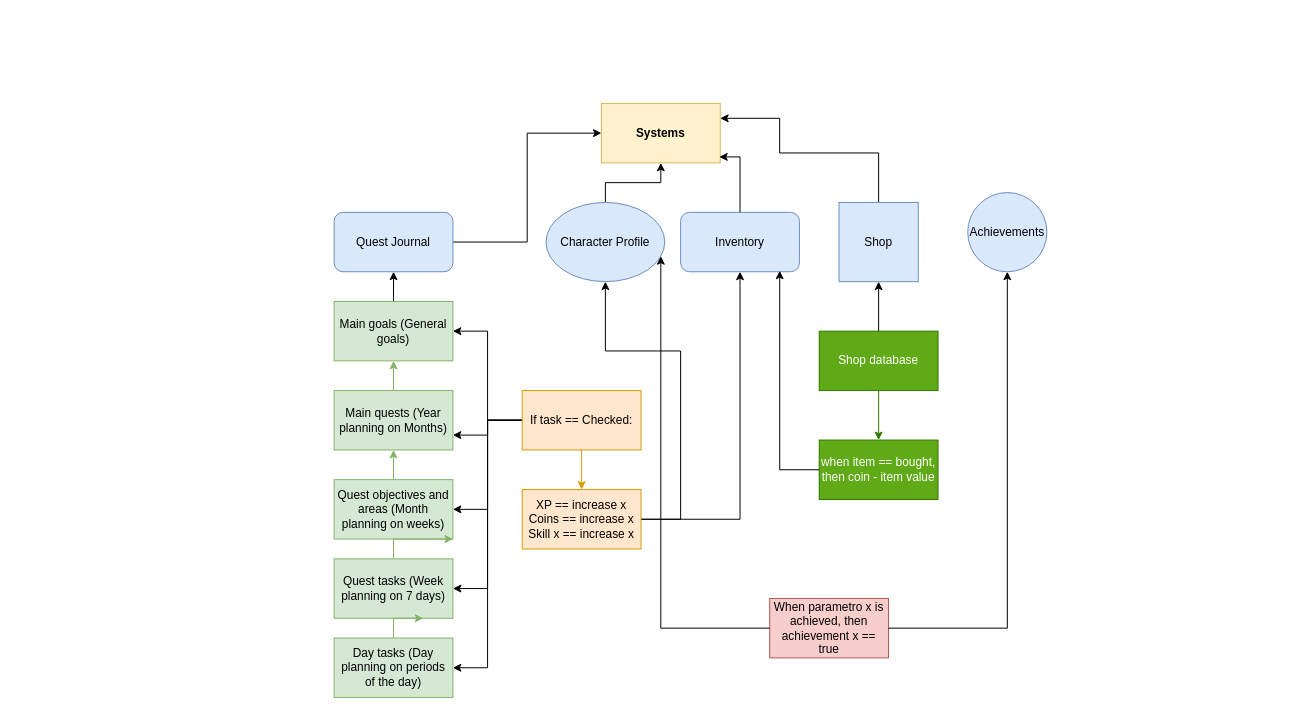
The draw.io diagram Diagrama sem nome.drawio in the4rcanist/the4rcanist, before the edit. Source tidied: cells renumbered, new cells numbered last; positions are measured from the earlier drawing's top-left corner, leaving out a move shared by most shapes. Both pictures are drawn from the tidied source at 99%, with x=0, y=0 at pixel (334, 103).
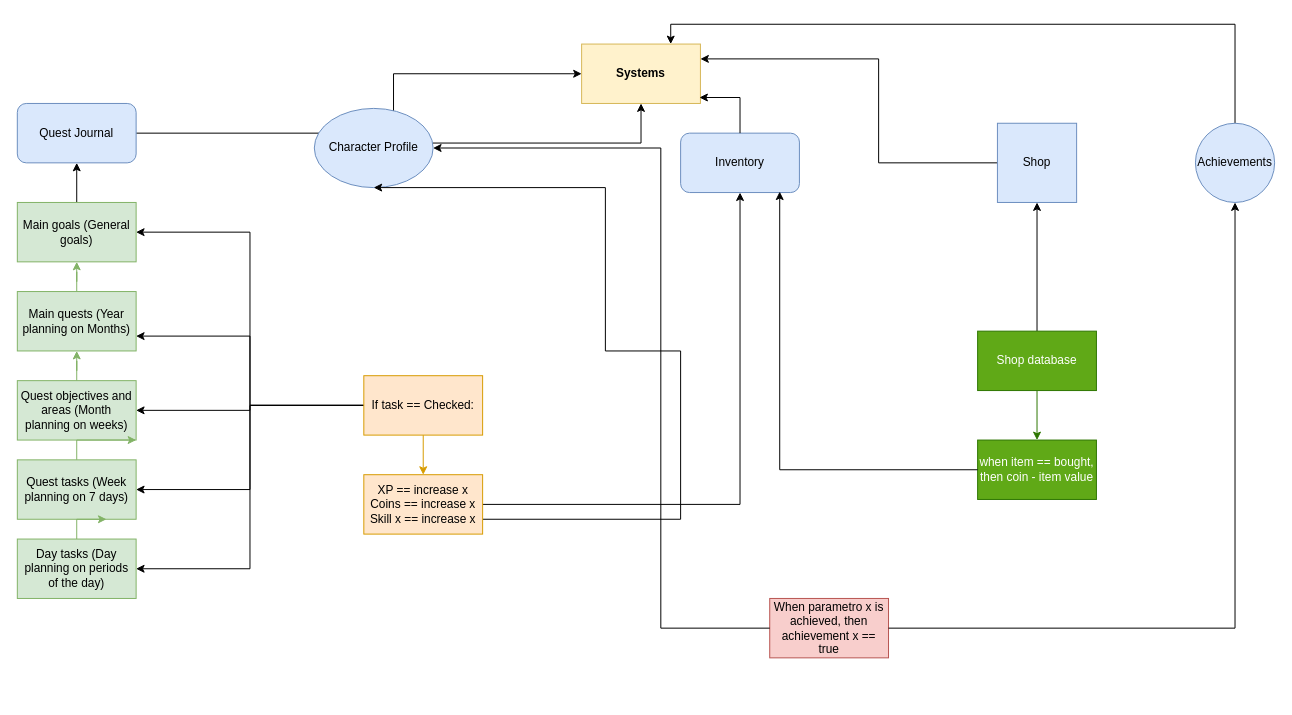
The same diagram, later.

Change to the diagram source:
```diff
@@
     <mxCell id="2" value="&lt;b&gt;Systems&lt;br&gt;&lt;/b&gt;" style="rounded=0;whiteSpace=wrap;html=1;fillColor=#fff2cc;strokeColor=#d6b656;" parent="1" vertex="1">
-      <mxGeometry x="270" width="120" height="60" as="geometry" />
+      <mxGeometry x="250" y="-60" width="120" height="60" as="geometry" />
     </mxCell>
     <mxCell id="3" style="edgeStyle=orthogonalEdgeStyle;rounded=0;jettySize=auto;html=1;entryX=0;entryY=0.5;entryDx=0;entryDy=0;" parent="1" edge="1" source="4" target="2">
-      <mxGeometry relative="1" as="geometry" />
+      <mxGeometry relative="1" as="geometry">
+        <Array as="points">
+          <mxPoint x="60" y="-30" />
+        </Array>
+      </mxGeometry>
     </mxCell>
     <mxCell id="4" value="Quest Journal" style="rounded=1;whiteSpace=wrap;html=1;fillColor=#dae8fc;strokeColor=#6c8ebf;" parent="1" vertex="1">
-      <mxGeometry y="110" width="120" height="60" as="geometry" />
+      <mxGeometry x="-320" width="120" height="60" as="geometry" />
     </mxCell>
     <mxCell id="5" style="edgeStyle=orthogonalEdgeStyle;rounded=0;jettySize=auto;html=1;" parent="1" edge="1" source="6" target="2">
-      <mxGeometry relative="1" as="geometry" />
+      <mxGeometry relative="1" as="geometry">
+        <Array as="points">
+          <mxPoint x="310" y="40" />
+        </Array>
+      </mxGeometry>
     </mxCell>
     <mxCell id="6" value="Character Profile" style="ellipse;whiteSpace=wrap;html=1;fillColor=#dae8fc;strokeColor=#6c8ebf;" parent="1" vertex="1">
-      <mxGeometry x="214" y="100" width="120" height="80" as="geometry" />
+      <mxGeometry x="-20" y="5" width="120" height="80" as="geometry" />
     </mxCell>
     <mxCell id="7" value="Inventory" style="rounded=1;whiteSpace=wrap;html=1;fillColor=#dae8fc;strokeColor=#6c8ebf;" parent="1" vertex="1">
-      <mxGeometry x="350" y="110" width="120" height="60" as="geometry" />
+      <mxGeometry x="350" y="30" width="120" height="60" as="geometry" />
     </mxCell>
     <mxCell id="8" style="edgeStyle=orthogonalEdgeStyle;rounded=0;jettySize=auto;html=1;entryX=1;entryY=0.25;entryDx=0;entryDy=0;" parent="1" edge="1" source="9" target="2">
       <mxGeometry relative="1" as="geometry">
         <Array as="points">
-          <mxPoint x="550" y="50" />
-          <mxPoint x="450" y="50" />
-          <mxPoint x="450" y="15" />
+          <mxPoint x="550" y="-45" />
         </Array>
       </mxGeometry>
     </mxCell>
     <mxCell id="9" value="Shop" style="whiteSpace=wrap;html=1;fillColor=#dae8fc;strokeColor=#6c8ebf;" parent="1" vertex="1">
-      <mxGeometry x="510" y="100" width="80" height="80" as="geometry" />
+      <mxGeometry x="670" y="20" width="80" height="80" as="geometry" />
     </mxCell>
@@
     <mxCell id="12" value="Main goals (General goals)" style="rounded=0;whiteSpace=wrap;html=1;fillColor=#d5e8d4;strokeColor=#82b366;" parent="1" vertex="1">
-      <mxGeometry y="200" width="120" height="60" as="geometry" />
+      <mxGeometry x="-320" y="100" width="120" height="60" as="geometry" />
     </mxCell>
@@
     <mxCell id="14" value="Main quests (Year planning on Months)" style="rounded=0;whiteSpace=wrap;html=1;fillColor=#d5e8d4;strokeColor=#82b366;" parent="1" vertex="1">
-      <mxGeometry y="290" width="120" height="60" as="geometry" />
+      <mxGeometry x="-320" y="190" width="120" height="60" as="geometry" />
     </mxCell>
@@
     <mxCell id="16" value="Quest objectives and areas (Month planning on weeks)" style="rounded=0;whiteSpace=wrap;html=1;fillColor=#d5e8d4;strokeColor=#82b366;" parent="1" vertex="1">
-      <mxGeometry y="380" width="120" height="60" as="geometry" />
+      <mxGeometry x="-320" y="280" width="120" height="60" as="geometry" />
     </mxCell>
@@
     <mxCell id="18" value="Quest tasks (Week planning on 7 days)" style="rounded=0;whiteSpace=wrap;html=1;fillColor=#d5e8d4;strokeColor=#82b366;" parent="1" vertex="1">
-      <mxGeometry y="460" width="120" height="60" as="geometry" />
+      <mxGeometry x="-320" y="360" width="120" height="60" as="geometry" />
     </mxCell>
@@
     <mxCell id="20" value="Day tasks (Day planning on periods of the day)" style="rounded=0;whiteSpace=wrap;html=1;fillColor=#d5e8d4;strokeColor=#82b366;" parent="1" vertex="1">
-      <mxGeometry y="540" width="120" height="60" as="geometry" />
+      <mxGeometry x="-320" y="440" width="120" height="60" as="geometry" />
     </mxCell>
@@
     <mxCell id="27" value="If task == Checked:" style="rounded=0;whiteSpace=wrap;html=1;fillColor=#ffe6cc;strokeColor=#d79b00;" parent="1" vertex="1">
-      <mxGeometry x="190" y="290" width="120" height="60" as="geometry" />
+      <mxGeometry x="30" y="275" width="120" height="60" as="geometry" />
     </mxCell>
@@
     <mxCell id="30" value="XP == increase x&lt;br&gt;Coins == increase x&lt;br&gt;Skill x == increase x" style="rounded=0;whiteSpace=wrap;html=1;fillColor=#ffe6cc;strokeColor=#d79b00;" parent="1" vertex="1">
-      <mxGeometry x="190" y="390" width="120" height="60" as="geometry" />
+      <mxGeometry x="30" y="375" width="120" height="60" as="geometry" />
     </mxCell>
+    <mxCell id="40" style="edgeStyle=orthogonalEdgeStyle;rounded=0;jettySize=auto;html=1;entryX=0.75;entryY=0;entryDx=0;entryDy=0;" parent="1" edge="1" source="31" target="2">
+      <mxGeometry relative="1" as="geometry">
+        <Array as="points">
+          <mxPoint x="910" y="-80" />
+          <mxPoint x="340" y="-80" />
+        </Array>
+      </mxGeometry>
+    </mxCell>
     <mxCell id="31" value="Achievements" style="ellipse;whiteSpace=wrap;html=1;fillColor=#dae8fc;strokeColor=#6c8ebf;" parent="1" vertex="1">
-      <mxGeometry x="640" y="90" width="80" height="80" as="geometry" />
+      <mxGeometry x="870" y="20" width="80" height="80" as="geometry" />
     </mxCell>
@@
     <mxCell id="37" value="Shop database" style="rounded=0;whiteSpace=wrap;html=1;fillColor=#60a917;fontColor=#ffffff;strokeColor=#2D7600;" parent="1" vertex="1">
-      <mxGeometry x="490" y="230" width="120" height="60" as="geometry" />
+      <mxGeometry x="650" y="230" width="120" height="60" as="geometry" />
     </mxCell>
     <mxCell id="38" value="when item == bought, then coin - item value" style="rounded=0;whiteSpace=wrap;html=1;fillColor=#60a917;fontColor=#ffffff;strokeColor=#2D7600;" parent="1" vertex="1">
-      <mxGeometry x="490" y="340" width="120" height="60" as="geometry" />
+      <mxGeometry x="650" y="340" width="120" height="60" as="geometry" />
     </mxCell>
```
